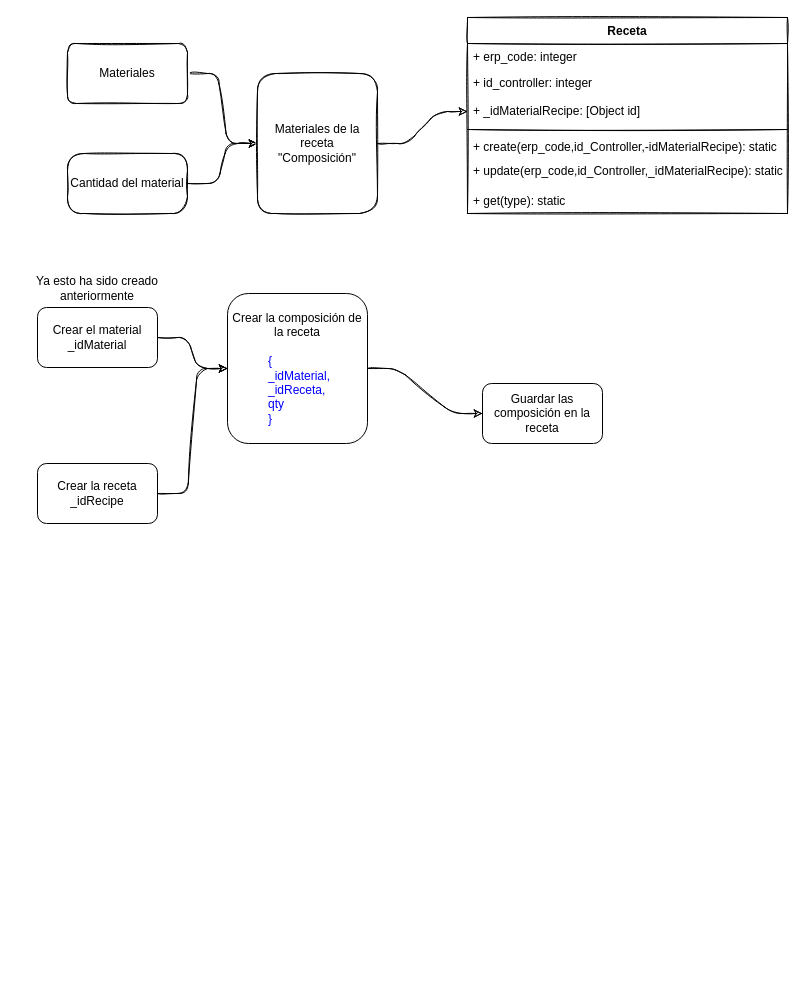
The draw.io diagram page "Modelo Recetas - Materiales" (2 of 4) of Documentacion/API Ultrabox - Esquemas y ULM.drawio in mscoldev/ultrabox-api, before the edit. Source tidied: cells renumbered, new cells numbered last; positions are measured from the earlier drawing's top-left corner, leaving out a move shared by most shapes. Both pictures are drawn from the tidied source at 100%, with x=0, y=0 at pixel (22, 17).
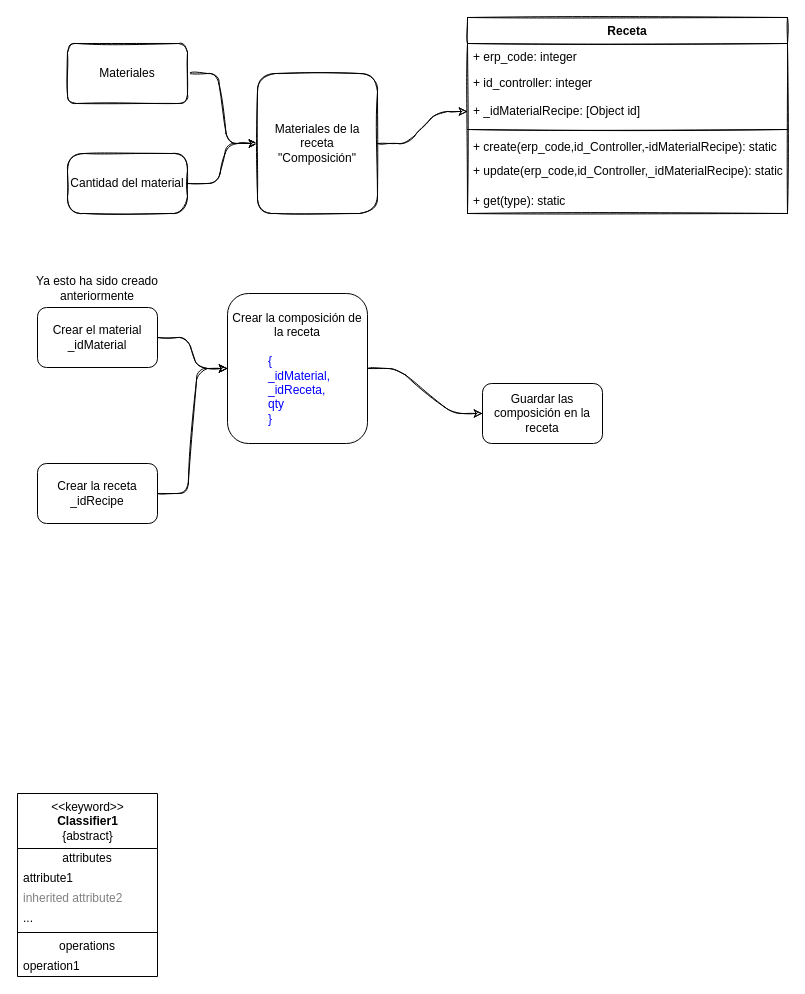
The same diagram, later.

What changed in the source:
```diff
@@
+    <mxCell id="24" value="&amp;lt;&amp;lt;keyword&amp;gt;&amp;gt;&lt;br&gt;&lt;b&gt;Classifier1&lt;/b&gt;&lt;br&gt;{abstract}" style="swimlane;fontStyle=0;align=center;verticalAlign=top;horizontal=1;startSize=55;html=1;" parent="1" vertex="1">
+      <mxGeometry x="-5" y="776" width="140" height="183" as="geometry" />
+    </mxCell>
+    <mxCell id="25" value="attributes" style="text;html=1;strokeColor=none;fillColor=none;align=center;verticalAlign=middle;spacingLeft=4;spacingRight=4;overflow=hidden;" parent="24" vertex="1">
+      <mxGeometry y="55" width="140" height="20" as="geometry" />
+    </mxCell>
+    <mxCell id="26" value="attribute1" style="text;html=1;strokeColor=none;fillColor=none;align=left;verticalAlign=middle;spacingLeft=4;spacingRight=4;overflow=hidden;" parent="24" vertex="1">
+      <mxGeometry y="75" width="140" height="20" as="geometry" />
+    </mxCell>
+    <mxCell id="27" value="inherited attribute2" style="text;html=1;strokeColor=none;fillColor=none;align=left;verticalAlign=middle;spacingLeft=4;spacingRight=4;overflow=hidden;fontColor=#808080;" parent="24" vertex="1">
+      <mxGeometry y="95" width="140" height="20" as="geometry" />
+    </mxCell>
+    <mxCell id="28" value="..." style="text;html=1;strokeColor=none;fillColor=none;align=left;verticalAlign=middle;spacingLeft=4;spacingRight=4;overflow=hidden;" parent="24" vertex="1">
+      <mxGeometry y="115" width="140" height="20" as="geometry" />
+    </mxCell>
+    <mxCell id="29" style="line;strokeWidth=1;fillColor=none;align=left;verticalAlign=middle;spacingTop=-1;spacingLeft=3;spacingRight=3;labelPosition=right;" parent="24" vertex="1">
+      <mxGeometry y="135" width="140" height="8" as="geometry" />
+    </mxCell>
+    <mxCell id="30" value="operations" style="text;html=1;strokeColor=none;fillColor=none;align=center;verticalAlign=middle;spacingLeft=4;spacingRight=4;overflow=hidden;" parent="24" vertex="1">
+      <mxGeometry y="143" width="140" height="20" as="geometry" />
+    </mxCell>
+    <mxCell id="31" value="operation1" style="text;html=1;strokeColor=none;fillColor=none;align=left;verticalAlign=middle;spacingLeft=4;spacingRight=4;overflow=hidden;" parent="24" vertex="1">
+      <mxGeometry y="163" width="140" height="20" as="geometry" />
+    </mxCell>
```
